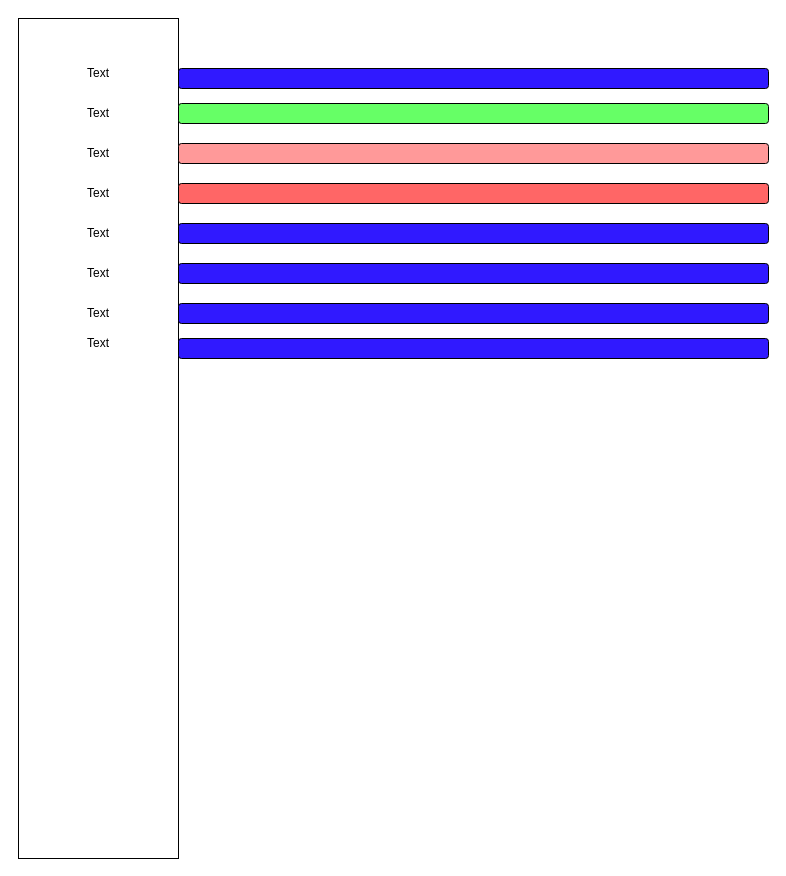
Before: Untitled Diagram.drawio in tarraanand/Anand, a draw.io diagram. Source tidied: cells renumbered, new cells numbered last; positions are measured from the earlier drawing's top-left corner, leaving out a move shared by most shapes. Both pictures are drawn from the tidied source at 100%, with x=0, y=0 at pixel (18, 18).
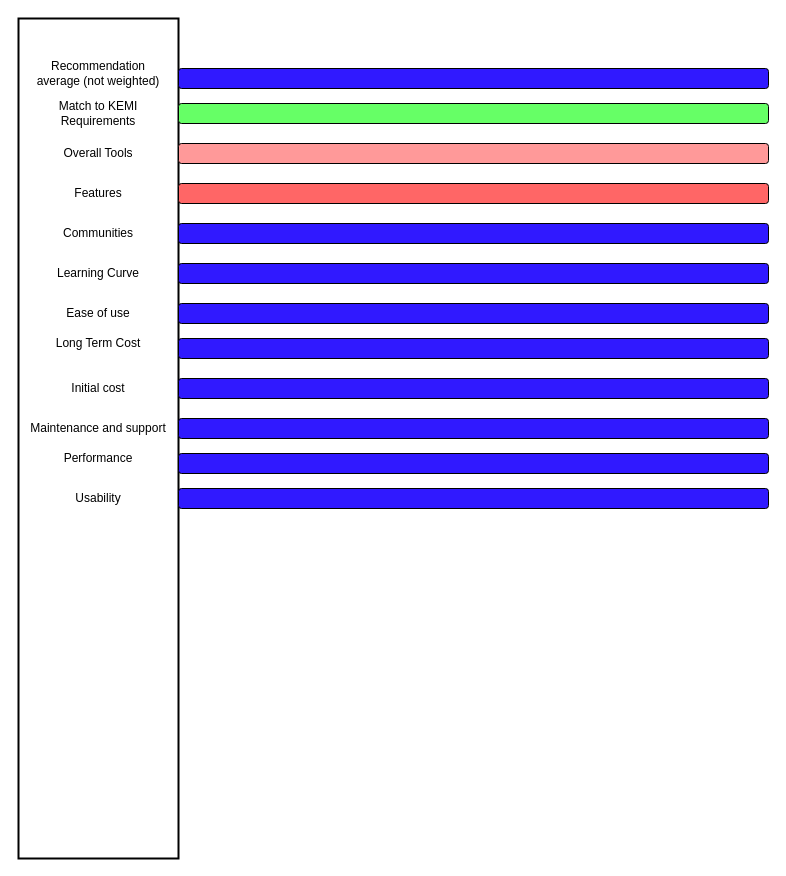
Above is the later version.

Diff of the diagram source:
```diff
@@
-    <mxCell id="2" style="rounded=0;whiteSpace=wrap;html=1;labelBackgroundColor=#ffffff;" parent="1" vertex="1">
+    <mxCell id="2" style="rounded=0;whiteSpace=wrap;html=1;labelBackgroundColor=#ffffff;strokeWidth=2;" parent="1" vertex="1">
       <mxGeometry width="160" height="840" as="geometry" />
     </mxCell>
@@
-    <mxCell id="4" value="Text" style="text;html=1;strokeColor=none;fillColor=none;align=center;verticalAlign=middle;whiteSpace=wrap;rounded=0;labelBackgroundColor=#ffffff;" parent="1" vertex="1">
+    <mxCell id="4" value="Match to KEMI Requirements" style="text;html=1;strokeColor=none;fillColor=none;align=center;verticalAlign=middle;whiteSpace=wrap;rounded=0;labelBackgroundColor=#ffffff;" parent="1" vertex="1">
       <mxGeometry x="10" y="80" width="140" height="30" as="geometry" />
     </mxCell>
-    <mxCell id="5" value="Text" style="text;html=1;strokeColor=none;fillColor=none;align=center;verticalAlign=middle;whiteSpace=wrap;rounded=0;labelBackgroundColor=#ffffff;" parent="1" vertex="1">
+    <mxCell id="5" value="Overall Tools" style="text;html=1;strokeColor=none;fillColor=none;align=center;verticalAlign=middle;whiteSpace=wrap;rounded=0;labelBackgroundColor=#ffffff;" parent="1" vertex="1">
       <mxGeometry x="10" y="120" width="140" height="30" as="geometry" />
     </mxCell>
-    <mxCell id="6" value="Text" style="text;html=1;strokeColor=none;fillColor=none;align=center;verticalAlign=middle;whiteSpace=wrap;rounded=0;labelBackgroundColor=#ffffff;" parent="1" vertex="1">
+    <mxCell id="6" value="Communities" style="text;html=1;strokeColor=none;fillColor=none;align=center;verticalAlign=middle;whiteSpace=wrap;rounded=0;labelBackgroundColor=#ffffff;" parent="1" vertex="1">
       <mxGeometry x="10" y="200" width="140" height="30" as="geometry" />
     </mxCell>
-    <mxCell id="7" value="Text" style="text;html=1;strokeColor=none;fillColor=none;align=center;verticalAlign=middle;whiteSpace=wrap;rounded=0;labelBackgroundColor=#ffffff;" parent="1" vertex="1">
+    <mxCell id="7" value="Features" style="text;html=1;strokeColor=none;fillColor=none;align=center;verticalAlign=middle;whiteSpace=wrap;rounded=0;labelBackgroundColor=#ffffff;" parent="1" vertex="1">
       <mxGeometry x="10" y="160" width="140" height="30" as="geometry" />
     </mxCell>
-    <mxCell id="8" value="Text" style="text;html=1;strokeColor=none;fillColor=none;align=center;verticalAlign=middle;whiteSpace=wrap;rounded=0;labelBackgroundColor=#ffffff;" parent="1" vertex="1">
+    <mxCell id="8" value="Learning Curve" style="text;html=1;strokeColor=none;fillColor=none;align=center;verticalAlign=middle;whiteSpace=wrap;rounded=0;labelBackgroundColor=#ffffff;" parent="1" vertex="1">
       <mxGeometry x="10" y="240" width="140" height="30" as="geometry" />
     </mxCell>
-    <mxCell id="9" value="Text" style="text;html=1;strokeColor=none;fillColor=none;align=center;verticalAlign=middle;whiteSpace=wrap;rounded=0;labelBackgroundColor=#ffffff;" parent="1" vertex="1">
+    <mxCell id="9" value="Long Term Cost" style="text;html=1;strokeColor=none;fillColor=none;align=center;verticalAlign=middle;whiteSpace=wrap;rounded=0;labelBackgroundColor=#ffffff;" parent="1" vertex="1">
       <mxGeometry x="10" y="310" width="140" height="30" as="geometry" />
     </mxCell>
-    <mxCell id="10" value="Text" style="text;html=1;strokeColor=none;fillColor=none;align=center;verticalAlign=middle;whiteSpace=wrap;rounded=0;labelBackgroundColor=#ffffff;" parent="1" vertex="1">
+    <mxCell id="10" value="Ease of use" style="text;html=1;strokeColor=none;fillColor=none;align=center;verticalAlign=middle;whiteSpace=wrap;rounded=0;labelBackgroundColor=#ffffff;" parent="1" vertex="1">
       <mxGeometry x="10" y="280" width="140" height="30" as="geometry" />
     </mxCell>
-    <mxCell id="11" value="Text" style="text;html=1;strokeColor=none;fillColor=none;align=center;verticalAlign=middle;whiteSpace=wrap;rounded=0;labelBackgroundColor=#ffffff;" parent="1" vertex="1">
+    <mxCell id="11" value="Recommendation average (not weighted)" style="text;html=1;strokeColor=none;fillColor=none;align=center;verticalAlign=middle;whiteSpace=wrap;rounded=0;labelBackgroundColor=#ffffff;" parent="1" vertex="1">
       <mxGeometry x="10" y="40" width="140" height="30" as="geometry" />
     </mxCell>
@@
+    <mxCell id="19" value="Initial cost" style="text;html=1;strokeColor=none;fillColor=none;align=center;verticalAlign=middle;whiteSpace=wrap;rounded=0;labelBackgroundColor=#ffffff;" parent="1" vertex="1">
+      <mxGeometry x="10" y="355" width="140" height="30" as="geometry" />
+    </mxCell>
+    <mxCell id="20" value="Maintenance and support" style="text;html=1;strokeColor=none;fillColor=none;align=center;verticalAlign=middle;whiteSpace=wrap;rounded=0;labelBackgroundColor=#ffffff;" parent="1" vertex="1">
+      <mxGeometry x="10" y="395" width="140" height="30" as="geometry" />
+    </mxCell>
+    <mxCell id="21" value="Performance" style="text;html=1;strokeColor=none;fillColor=none;align=center;verticalAlign=middle;whiteSpace=wrap;rounded=0;labelBackgroundColor=#ffffff;" parent="1" vertex="1">
+      <mxGeometry x="10" y="425" width="140" height="30" as="geometry" />
+    </mxCell>
+    <mxCell id="22" value="Usability" style="text;html=1;strokeColor=none;fillColor=none;align=center;verticalAlign=middle;whiteSpace=wrap;rounded=0;labelBackgroundColor=#ffffff;" parent="1" vertex="1">
+      <mxGeometry x="10" y="465" width="140" height="30" as="geometry" />
+    </mxCell>
+    <mxCell id="23" style="rounded=1;whiteSpace=wrap;html=1;labelBackgroundColor=#ffffff;fillColor=#3019FF;" parent="1" vertex="1">
+      <mxGeometry x="160" y="360" width="590" height="20" as="geometry" />
+    </mxCell>
+    <mxCell id="24" style="rounded=1;whiteSpace=wrap;html=1;labelBackgroundColor=#ffffff;fillColor=#3019FF;" parent="1" vertex="1">
+      <mxGeometry x="160" y="400" width="590" height="20" as="geometry" />
+    </mxCell>
+    <mxCell id="25" style="rounded=1;whiteSpace=wrap;html=1;labelBackgroundColor=#ffffff;fillColor=#3019FF;" parent="1" vertex="1">
+      <mxGeometry x="160" y="435" width="590" height="20" as="geometry" />
+    </mxCell>
+    <mxCell id="26" style="rounded=1;whiteSpace=wrap;html=1;labelBackgroundColor=#ffffff;fillColor=#3019FF;" parent="1" vertex="1">
+      <mxGeometry x="160" y="470" width="590" height="20" as="geometry" />
+    </mxCell>
```
